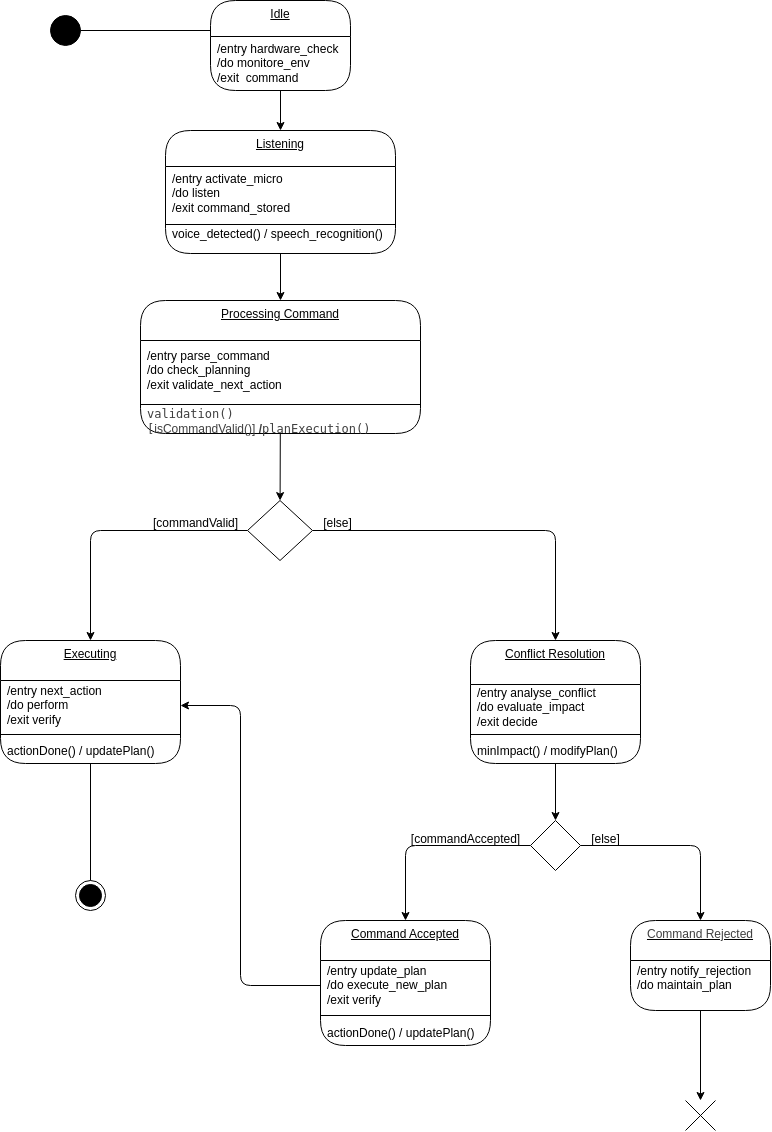
This is src/human_command/diagrams/state_machine.drawio.png from ignithor/Assignment_Cogar_Group_C, a draw.io export, as it was before one commit. Source tidied: cells renumbered, new cells last; positions are measured from the earlier drawing's top-left corner, leaving out a move shared by most shapes.
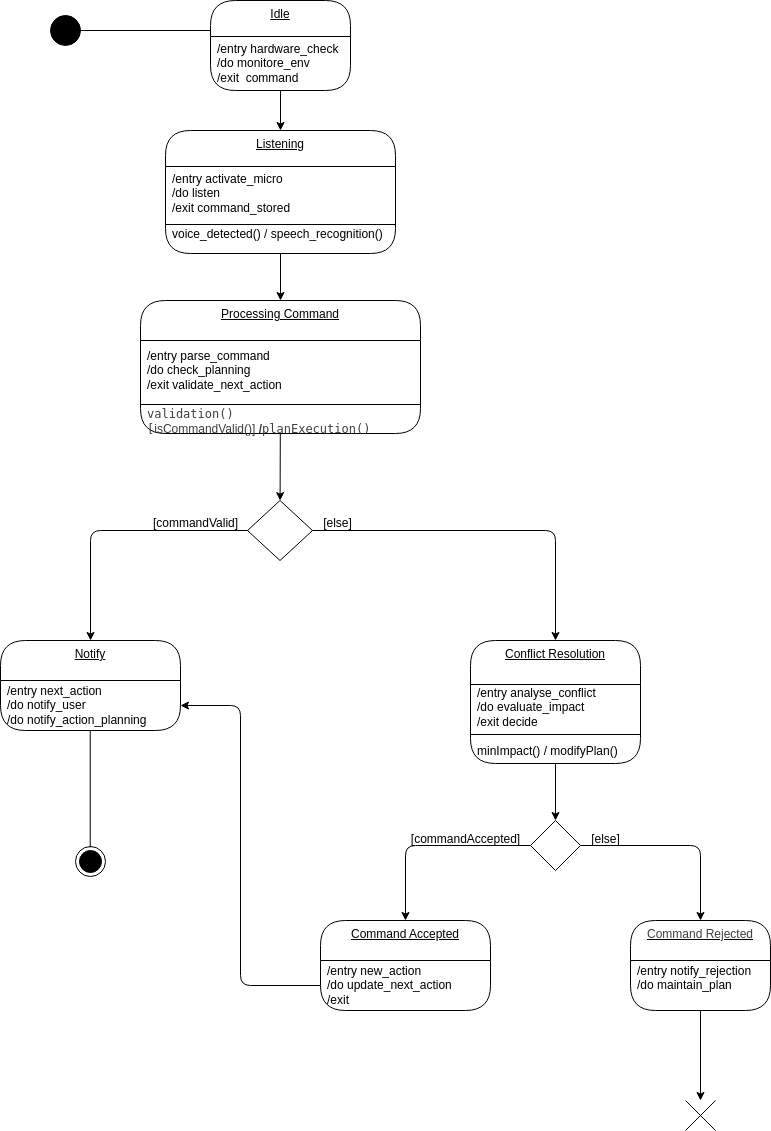
The same diagram one commit later.

Change to the diagram source:
```diff
@@ -11,10 +11,13 @@
       </mxGeometry>
     </mxCell>
     <mxCell id="4" style="ellipse;html=1;shape=endState;fillColor=strokeColor;" parent="1" vertex="1">
-      <mxGeometry x="75" y="880" width="30" height="30" as="geometry" />
+      <mxGeometry x="75" y="846" width="30" height="30" as="geometry" />
     </mxCell>
-    <mxCell id="5" style="endArrow=none;startArrow=none;endFill=0;startFill=0;endSize=8;html=1;verticalAlign=bottom;labelBackgroundColor=none;strokeWidth=1;exitX=0.5;exitY=1;exitDx=0;exitDy=0;entryX=0.5;entryY=0;entryDx=0;entryDy=0;" parent="1" edge="1" source="20" target="4">
-      <mxGeometry relative="1" as="geometry" />
+    <mxCell id="5" style="endArrow=none;startArrow=none;endFill=0;startFill=0;endSize=8;html=1;verticalAlign=bottom;labelBackgroundColor=none;strokeWidth=1;exitX=0.5;exitY=1;exitDx=0;exitDy=0;entryX=0.5;entryY=0;entryDx=0;entryDy=0;" parent="1" edge="1">
+      <mxGeometry relative="1" as="geometry">
+        <mxPoint x="89.7" y="730" as="sourcePoint" />
+        <mxPoint x="89.7" y="847" as="targetPoint" />
+      </mxGeometry>
     </mxCell>
     <mxCell id="6" value="Idle" style="swimlane;fontStyle=4;align=center;verticalAlign=top;horizontal=1;startSize=36;html=1;rounded=1;absoluteArcSize=1;arcSize=50;whiteSpace=wrap;" parent="1" vertex="1">
       <mxGeometry x="210" width="140" height="90" as="geometry" />
@@ -49,18 +52,12 @@
     <mxCell id="16" value="&lt;code style=&quot;color: rgb(63, 63, 63);&quot; class=&quot;&quot;&gt;validation()[&lt;/code&gt;&lt;span style=&quot;color: rgb(63, 63, 63);&quot;&gt;isCommandValid()]&lt;/span&gt;&lt;b style=&quot;color: rgb(63, 63, 63);&quot;&gt;&amp;nbsp;/&lt;/b&gt;&lt;code style=&quot;color: rgb(63, 63, 63);&quot; class=&quot;&quot;&gt;planExecution()&lt;/code&gt;" style="fillColor=none;strokeColor=none;align=left;verticalAlign=middle;spacingLeft=5;whiteSpace=wrap;html=1;" parent="13" vertex="1">
       <mxGeometry y="108" width="280" height="25" as="geometry" />
     </mxCell>
-    <mxCell id="17" value="Executing" style="swimlane;fontStyle=4;align=center;verticalAlign=top;horizontal=1;startSize=40;html=1;rounded=1;absoluteArcSize=1;arcSize=50;whiteSpace=wrap;" parent="1" vertex="1">
-      <mxGeometry y="640" width="180" height="123" as="geometry" />
+    <mxCell id="17" value="Notify" style="swimlane;fontStyle=4;align=center;verticalAlign=top;horizontal=1;startSize=40;html=1;rounded=1;absoluteArcSize=1;arcSize=50;whiteSpace=wrap;" parent="1" vertex="1">
+      <mxGeometry y="640" width="180" height="90" as="geometry" />
     </mxCell>
-    <mxCell id="18" value="&lt;span style=&quot;color: rgb(0, 0, 0);&quot;&gt;/entry next_action&lt;/span&gt;&lt;div&gt;/do perform&lt;/div&gt;&lt;div&gt;/exit verify&lt;/div&gt;" style="fillColor=none;strokeColor=none;align=left;verticalAlign=middle;spacingLeft=5;whiteSpace=wrap;html=1;" parent="17" vertex="1">
+    <mxCell id="18" value="&lt;span style=&quot;color: rgb(0, 0, 0);&quot;&gt;/entry next_action&lt;/span&gt;&lt;div&gt;/do notify_user&lt;/div&gt;&lt;div&gt;/do notify_action_planning&lt;/div&gt;" style="fillColor=none;strokeColor=none;align=left;verticalAlign=middle;spacingLeft=5;whiteSpace=wrap;html=1;" parent="17" vertex="1">
       <mxGeometry y="40" width="180" height="50" as="geometry" />
     </mxCell>
-    <mxCell id="19" style="line;strokeWidth=1;fillColor=none;align=left;verticalAlign=middle;spacingTop=-1;spacingLeft=3;spacingRight=3;labelPosition=right;" parent="17" vertex="1">
-      <mxGeometry y="90" width="180" height="8" as="geometry" />
-    </mxCell>
-    <mxCell id="20" value="actionDone() / updatePlan()" style="fillColor=none;strokeColor=none;align=left;verticalAlign=middle;spacingLeft=5;whiteSpace=wrap;html=1;" parent="17" vertex="1">
-      <mxGeometry y="98" width="180" height="25" as="geometry" />
-    </mxCell>
     <mxCell id="21" value="Conflict Resolution" style="swimlane;fontStyle=4;align=center;verticalAlign=top;horizontal=1;startSize=44;html=1;rounded=1;absoluteArcSize=1;arcSize=50;whiteSpace=wrap;" parent="1" vertex="1">
       <mxGeometry x="470" y="640" width="170" height="123" as="geometry" />
     </mxCell>
@@ -74,17 +71,11 @@
       <mxGeometry y="98" width="170" height="25" as="geometry" />
     </mxCell>
     <mxCell id="25" value="Command Accepted" style="swimlane;fontStyle=4;align=center;verticalAlign=top;horizontal=1;startSize=40;html=1;rounded=1;absoluteArcSize=1;arcSize=50;whiteSpace=wrap;" parent="1" vertex="1">
-      <mxGeometry x="320" y="920" width="170" height="125" as="geometry" />
+      <mxGeometry x="320" y="920" width="170" height="90" as="geometry" />
     </mxCell>
-    <mxCell id="26" value="/entry update_plan&lt;div&gt;/do execute_new_plan&lt;/div&gt;&lt;div&gt;/exit verify&lt;/div&gt;" style="fillColor=none;strokeColor=none;align=left;verticalAlign=middle;spacingLeft=5;whiteSpace=wrap;html=1;" parent="25" vertex="1">
+    <mxCell id="26" value="/entry new_action&lt;div&gt;/do update&lt;span style=&quot;background-color: transparent;&quot;&gt;_next_action&lt;/span&gt;&lt;/div&gt;&lt;div&gt;/exit&amp;nbsp;&lt;/div&gt;" style="fillColor=none;strokeColor=none;align=left;verticalAlign=middle;spacingLeft=5;whiteSpace=wrap;html=1;" parent="25" vertex="1">
       <mxGeometry y="40" width="170" height="50" as="geometry" />
     </mxCell>
-    <mxCell id="27" style="line;strokeWidth=1;fillColor=none;align=left;verticalAlign=middle;spacingTop=-1;spacingLeft=3;spacingRight=3;labelPosition=right;" parent="25" vertex="1">
-      <mxGeometry y="90" width="170" height="10" as="geometry" />
-    </mxCell>
-    <mxCell id="28" value="&lt;span style=&quot;color: rgb(0, 0, 0);&quot;&gt;actionDone() / updatePlan()&lt;/span&gt;" style="fillColor=none;strokeColor=none;align=left;verticalAlign=middle;spacingLeft=5;whiteSpace=wrap;html=1;" parent="25" vertex="1">
-      <mxGeometry y="100" width="170" height="25" as="geometry" />
-    </mxCell>
     <mxCell id="29" value="&lt;span style=&quot;color: rgb(63, 63, 63);&quot;&gt;Command Rejected&lt;/span&gt;" style="swimlane;fontStyle=4;align=center;verticalAlign=top;horizontal=1;startSize=40;html=1;rounded=1;absoluteArcSize=1;arcSize=50;whiteSpace=wrap;" parent="1" vertex="1">
       <mxGeometry x="630" y="920" width="140" height="90" as="geometry" />
     </mxCell>
```
